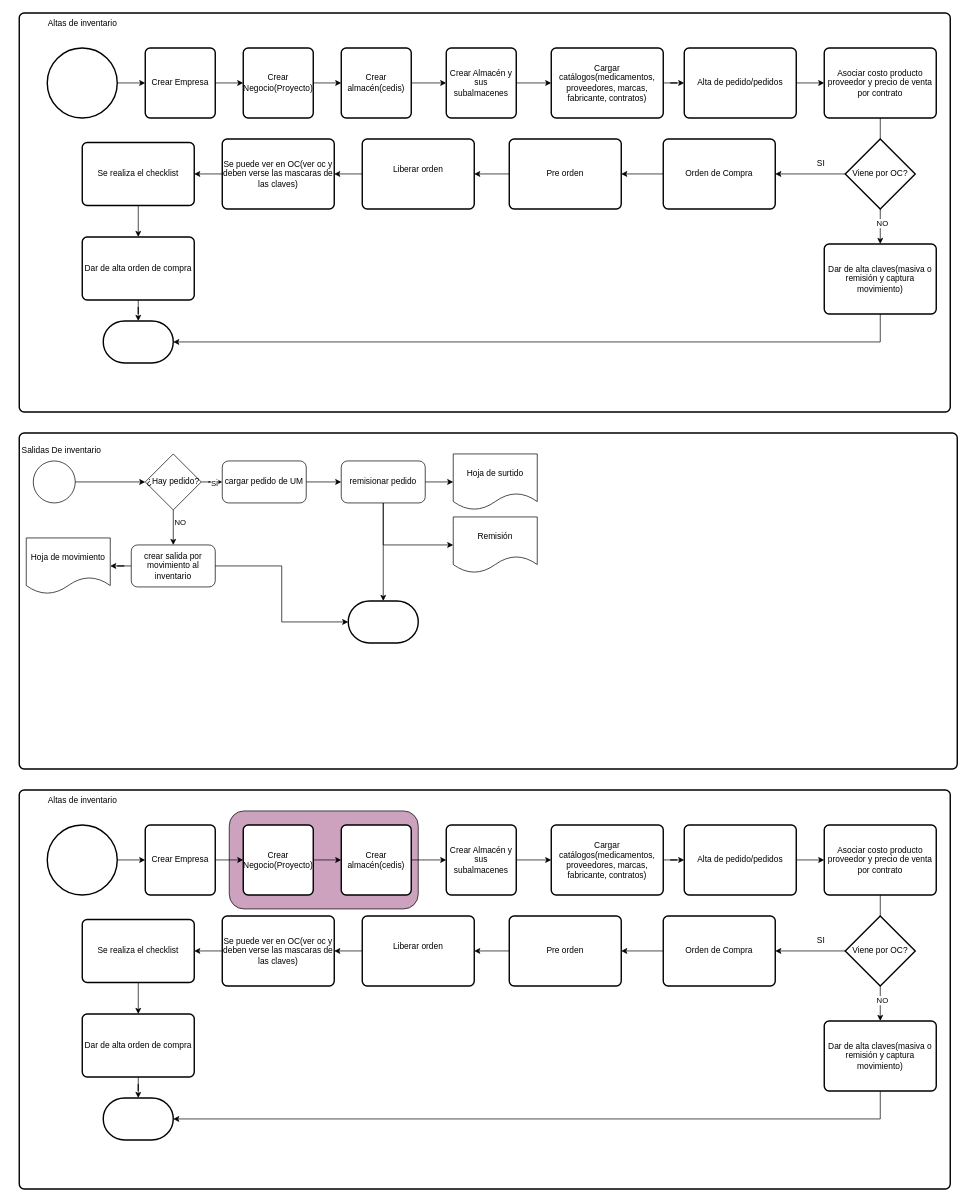
ErnestoDanielTafoyaMolinaCYM/clases-cat-cym keeps this draw.io diagram as FlujoWMSCompleto.drawio. Above is the earlier version. Source tidied: cells renumbered, new cells numbered last; positions are measured from the earlier drawing's top-left corner, leaving out a move shared by most shapes. Both pictures are drawn from the tidied source at 70%, with x=0, y=0 at pixel (12, 13).
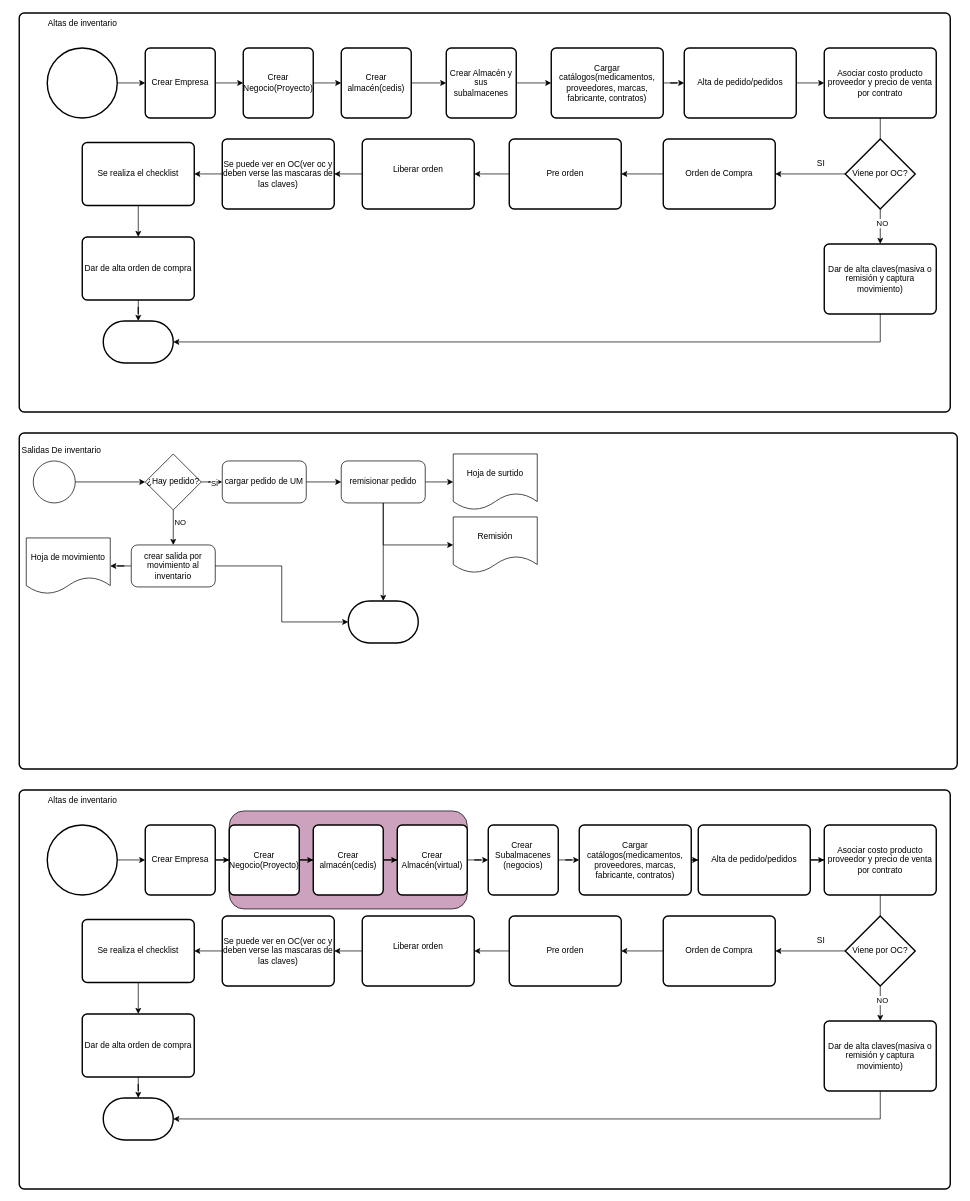
The same diagram, later.

What changed in the source:
```diff
@@
-    <mxCell id="65" style="edgeStyle=orthogonalEdgeStyle;rounded=0;jettySize=auto;html=1;" parent="1" edge="1" source="66" target="68">
+    <mxCell id="65" style="edgeStyle=orthogonalEdgeStyle;rounded=0;jettySize=auto;html=1;" parent="1" edge="1" source="100" target="68">
       <mxGeometry relative="1" as="geometry" />
     </mxCell>
-    <mxCell id="66" value="Crear Almacén y sus subalmacenes" style="rounded=1;whiteSpace=wrap;html=1;absoluteArcSize=1;arcSize=14;strokeWidth=2;" parent="1" vertex="1">
-      <mxGeometry x="620" y="1160" width="100" height="100" as="geometry" />
-    </mxCell>
@@
     <mxCell id="68" value="Cargar catálogos(medicamentos, proveedores, marcas, fabricante, contratos)" style="rounded=1;whiteSpace=wrap;html=1;absoluteArcSize=1;arcSize=14;strokeWidth=2;" parent="1" vertex="1">
-      <mxGeometry x="770" y="1160" width="160" height="100" as="geometry" />
+      <mxGeometry x="810" y="1160" width="160" height="100" as="geometry" />
     </mxCell>
@@
     <mxCell id="70" value="Alta de pedido/pedidos" style="rounded=1;whiteSpace=wrap;html=1;absoluteArcSize=1;arcSize=14;strokeWidth=2;" parent="1" vertex="1">
-      <mxGeometry x="960" y="1160" width="160" height="100" as="geometry" />
+      <mxGeometry x="980" y="1160" width="160" height="100" as="geometry" />
     </mxCell>
@@
     <mxCell id="93" style="rounded=1;whiteSpace=wrap;html=1;fillColor=#CDA2BE;" parent="1" vertex="1">
-      <mxGeometry x="310" y="1140" width="270" height="140" as="geometry" />
+      <mxGeometry x="310" y="1140" width="340" height="140" as="geometry" />
     </mxCell>
     <mxCell id="94" value="Crear Negocio(Proyecto)" style="rounded=1;whiteSpace=wrap;html=1;absoluteArcSize=1;arcSize=14;strokeWidth=2;" parent="1" vertex="1">
-      <mxGeometry x="330" y="1160" width="100" height="100" as="geometry" />
+      <mxGeometry x="310" y="1160" width="100" height="100" as="geometry" />
     </mxCell>
     <mxCell id="95" value="Crear almacén(cedis)" style="rounded=1;whiteSpace=wrap;html=1;absoluteArcSize=1;arcSize=14;strokeWidth=2;" parent="1" vertex="1">
-      <mxGeometry x="470" y="1160" width="100" height="100" as="geometry" />
+      <mxGeometry x="430" y="1160" width="100" height="100" as="geometry" />
     </mxCell>
@@
+    <mxCell id="66" value="Crear Almacén(virtual)" style="rounded=1;whiteSpace=wrap;html=1;absoluteArcSize=1;arcSize=14;strokeWidth=2;" parent="1" vertex="1">
+      <mxGeometry x="550" y="1160" width="100" height="100" as="geometry" />
+    </mxCell>
@@
+    <mxCell id="99" style="edgeStyle=orthogonalEdgeStyle;rounded=0;jettySize=auto;html=1;" parent="1" edge="1" source="66" target="100">
+      <mxGeometry relative="1" as="geometry" />
+    </mxCell>
+    <mxCell id="100" value="Crear&amp;nbsp;&lt;div&gt;Subalmacenes&lt;div&gt;(negocios)&lt;div&gt;&lt;br&gt;&lt;/div&gt;&lt;/div&gt;&lt;/div&gt;" style="rounded=1;whiteSpace=wrap;html=1;absoluteArcSize=1;arcSize=14;strokeWidth=2;" parent="1" vertex="1">
+      <mxGeometry x="680" y="1160" width="100" height="100" as="geometry" />
+    </mxCell>
```
